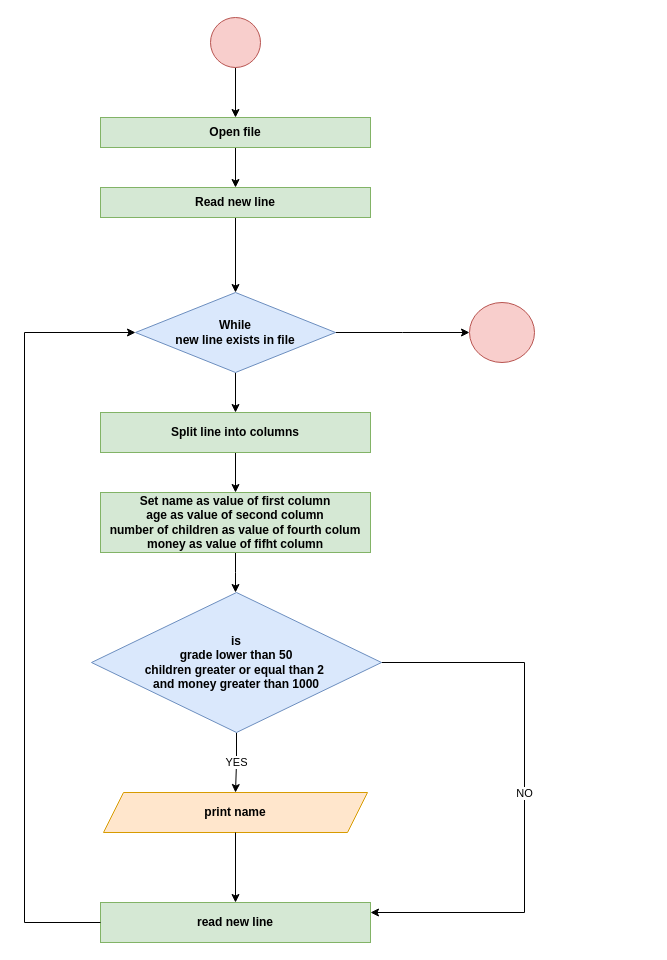
This is Programming/Extra Exercises/img/bank_job.drawio from ffraile/computer_science_tutorials, a draw.io file, before an edit. Source tidied: cells renumbered, new cells numbered last; positions are measured from the earlier drawing's top-left corner, leaving out a move shared by most shapes. Both pictures are drawn from the tidied source at 100%, with x=0, y=0 at pixel (24, 17).
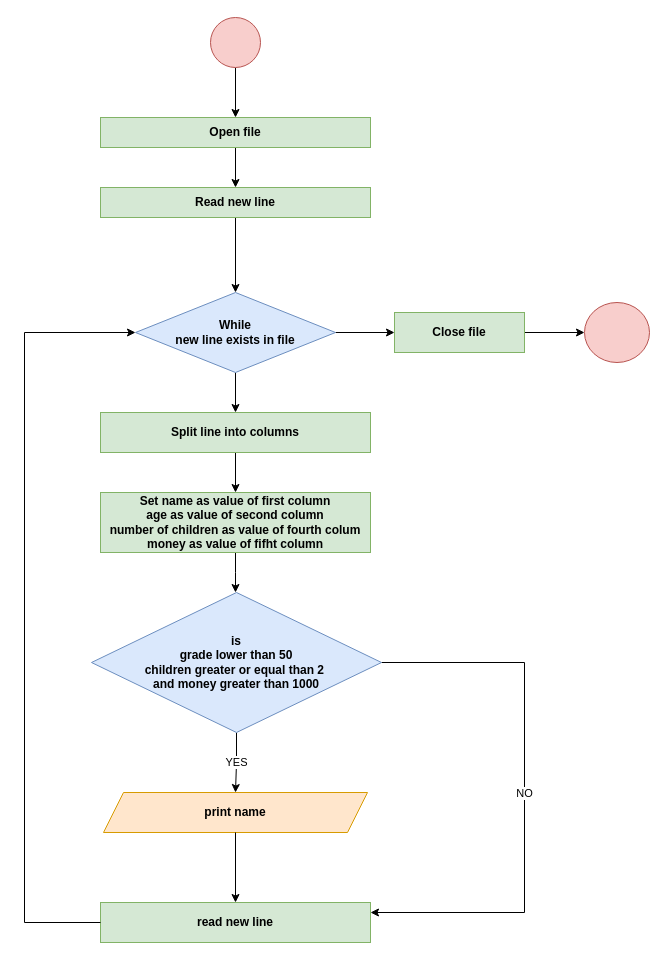
The same page after the edit.

Unchanged cells that the change refers to:
```xml
<mxCell id="6" value="While &lt;br&gt;new line exists in file" style="rhombus;whiteSpace=wrap;html=1;fillColor=#dae8fc;strokeColor=#6c8ebf;fontStyle=1;" parent="1" vertex="1">
  <mxGeometry x="111" y="275" width="200" height="80" as="geometry" />
</mxCell>
```

What changed in the source:
```diff
@@
-    <mxCell id="5" style="edgeStyle=orthogonalEdgeStyle;rounded=0;jettySize=auto;html=1;entryX=0;entryY=0.5;entryDx=0;entryDy=0;" parent="1" edge="1" source="6">
-      <mxGeometry relative="1" as="geometry">
-        <mxPoint x="445" y="315" as="targetPoint" />
-      </mxGeometry>
+    <mxCell id="5" style="edgeStyle=orthogonalEdgeStyle;rounded=0;jettySize=auto;html=1;entryX=0;entryY=0.5;entryDx=0;entryDy=0;" parent="1" edge="1" source="6" target="24">
+      <mxGeometry relative="1" as="geometry" />
     </mxCell>
@@
     <mxCell id="11" style="ellipse;whiteSpace=wrap;html=1;fontStyle=1;strokeColor=#b85450;fillColor=#f8cecc;" parent="1" vertex="1">
-      <mxGeometry x="445" y="285" width="65" height="60" as="geometry" />
+      <mxGeometry x="560" y="285" width="65" height="60" as="geometry" />
     </mxCell>
@@
+    <mxCell id="23" style="edgeStyle=orthogonalEdgeStyle;rounded=0;jettySize=auto;html=1;" parent="1" edge="1" source="24" target="11">
+      <mxGeometry relative="1" as="geometry" />
+    </mxCell>
+    <mxCell id="24" value="Close file" style="rounded=0;whiteSpace=wrap;html=1;fillColor=#d5e8d4;strokeColor=#82b366;fontStyle=1;" parent="1" vertex="1">
+      <mxGeometry x="370" y="295" width="130" height="40" as="geometry" />
+    </mxCell>
```
